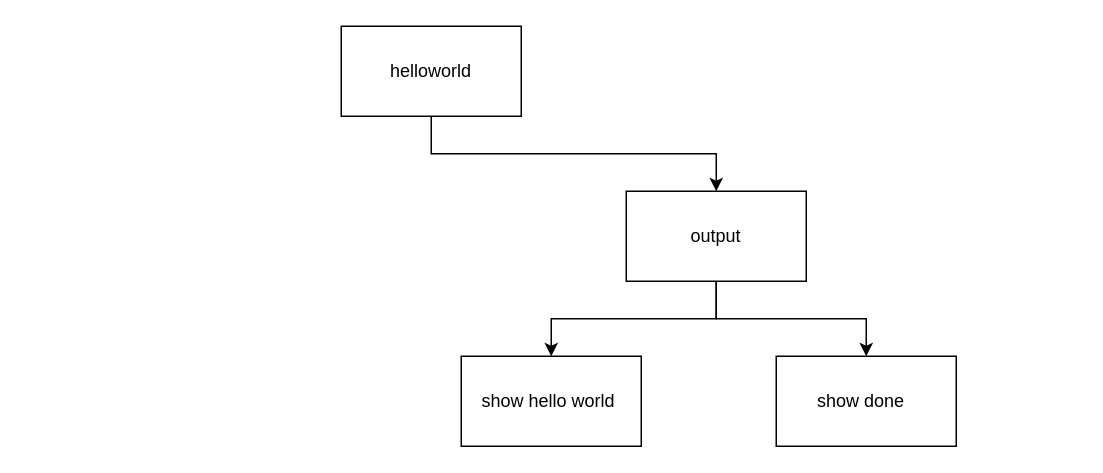
devin-jhu/ics4u-unit1-01-typescripct keeps this draw.io diagram as topdown.drawio. Above is the earlier version. Source tidied: cells renumbered, new cells numbered last; positions are measured from the earlier drawing's top-left corner, leaving out a move shared by most shapes. Both pictures are drawn from the tidied source at 150%, with x=0, y=0 at pixel (340, 26).
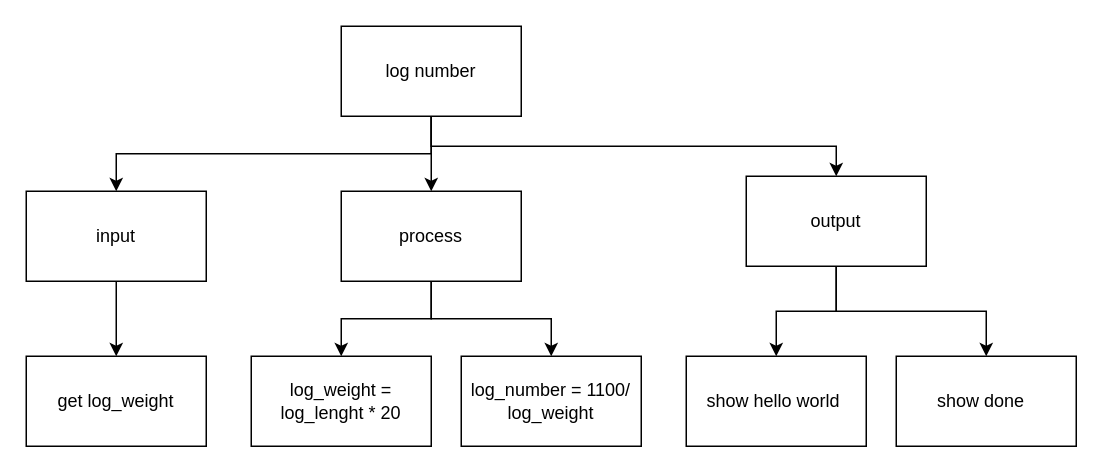
The same page after the edit.

Change to the diagram source:
```diff
@@
 <mxGraphModel>
   <root>
     <mxCell id="0" />
     <mxCell id="1" parent="0" />
     <mxCell id="2" style="edgeStyle=orthogonalEdgeStyle;html=1;exitX=0.5;exitY=1;exitDx=0;exitDy=0;entryX=0.5;entryY=0;entryDx=0;entryDy=0;rounded=0;" parent="1" edge="1" source="3" target="6">
       <mxGeometry relative="1" as="geometry" />
     </mxCell>
+    <mxCell id="9" style="edgeStyle=orthogonalEdgeStyle;shape=connector;rounded=0;html=1;exitX=0.5;exitY=1;exitDx=0;exitDy=0;entryX=0.5;entryY=0;entryDx=0;entryDy=0;labelBackgroundColor=default;fontFamily=Helvetica;fontSize=11;fontColor=default;endArrow=classic;strokeColor=default;" parent="1" edge="1" source="3" target="14">
+      <mxGeometry relative="1" as="geometry" />
+    </mxCell>
+    <mxCell id="10" style="edgeStyle=orthogonalEdgeStyle;shape=connector;rounded=0;html=1;exitX=0.5;exitY=1;exitDx=0;exitDy=0;labelBackgroundColor=default;fontFamily=Helvetica;fontSize=11;fontColor=default;endArrow=classic;strokeColor=default;" parent="1" edge="1" source="3" target="16">
+      <mxGeometry relative="1" as="geometry" />
+    </mxCell>
-    <mxCell id="3" value="helloworld" style="rounded=0;whiteSpace=wrap;html=1;" parent="1" vertex="1">
+    <mxCell id="3" value="log number" style="rounded=0;whiteSpace=wrap;html=1;" parent="1" vertex="1">
       <mxGeometry width="120" height="60" as="geometry" />
     </mxCell>
     <mxCell id="4" style="edgeStyle=orthogonalEdgeStyle;rounded=0;html=1;exitX=0.5;exitY=1;exitDx=0;exitDy=0;entryX=0.5;entryY=0;entryDx=0;entryDy=0;" parent="1" edge="1" source="6" target="7">
       <mxGeometry relative="1" as="geometry" />
     </mxCell>
     <mxCell id="5" style="edgeStyle=orthogonalEdgeStyle;rounded=0;html=1;exitX=0.5;exitY=1;exitDx=0;exitDy=0;entryX=0.5;entryY=0;entryDx=0;entryDy=0;" parent="1" edge="1" source="6" target="8">
       <mxGeometry relative="1" as="geometry" />
     </mxCell>
     <mxCell id="6" value="output" style="rounded=0;whiteSpace=wrap;html=1;" parent="1" vertex="1">
-      <mxGeometry x="190" y="110" width="120" height="60" as="geometry" />
+      <mxGeometry x="270" y="100" width="120" height="60" as="geometry" />
     </mxCell>
     <mxCell id="7" value="show hello world&amp;nbsp;" style="rounded=0;whiteSpace=wrap;html=1;" parent="1" vertex="1">
-      <mxGeometry x="80" y="220" width="120" height="60" as="geometry" />
+      <mxGeometry x="230" y="220" width="120" height="60" as="geometry" />
     </mxCell>
     <mxCell id="8" value="show done&amp;nbsp;&amp;nbsp;" style="rounded=0;whiteSpace=wrap;html=1;" parent="1" vertex="1">
-      <mxGeometry x="290" y="220" width="120" height="60" as="geometry" />
+      <mxGeometry x="370" y="220" width="120" height="60" as="geometry" />
     </mxCell>
+    <mxCell id="11" value="log_weight = log_lenght * 20" style="rounded=0;whiteSpace=wrap;html=1;" parent="1" vertex="1">
+      <mxGeometry x="-60" y="220" width="120" height="60" as="geometry" />
+    </mxCell>
+    <mxCell id="12" style="edgeStyle=orthogonalEdgeStyle;shape=connector;rounded=0;html=1;exitX=0.5;exitY=1;exitDx=0;exitDy=0;entryX=0.5;entryY=0;entryDx=0;entryDy=0;labelBackgroundColor=default;fontFamily=Helvetica;fontSize=11;fontColor=default;endArrow=classic;strokeColor=default;" parent="1" edge="1" source="14" target="11">
+      <mxGeometry relative="1" as="geometry" />
+    </mxCell>
+    <mxCell id="13" style="edgeStyle=orthogonalEdgeStyle;shape=connector;rounded=0;html=1;exitX=0.5;exitY=1;exitDx=0;exitDy=0;labelBackgroundColor=default;fontFamily=Helvetica;fontSize=11;fontColor=default;endArrow=classic;strokeColor=default;" parent="1" edge="1" source="14" target="17">
+      <mxGeometry relative="1" as="geometry" />
+    </mxCell>
+    <mxCell id="14" value="process" style="rounded=0;whiteSpace=wrap;html=1;" parent="1" vertex="1">
+      <mxGeometry y="110" width="120" height="60" as="geometry" />
+    </mxCell>
+    <mxCell id="15" style="edgeStyle=orthogonalEdgeStyle;shape=connector;rounded=0;html=1;exitX=0.5;exitY=1;exitDx=0;exitDy=0;labelBackgroundColor=default;fontFamily=Helvetica;fontSize=11;fontColor=default;endArrow=classic;strokeColor=default;" parent="1" edge="1" source="16" target="18">
+      <mxGeometry relative="1" as="geometry" />
+    </mxCell>
+    <mxCell id="16" value="input" style="rounded=0;whiteSpace=wrap;html=1;" parent="1" vertex="1">
+      <mxGeometry x="-210" y="110" width="120" height="60" as="geometry" />
+    </mxCell>
+    <mxCell id="17" value="log_number = 1100/ log_weight" style="rounded=0;whiteSpace=wrap;html=1;" parent="1" vertex="1">
+      <mxGeometry x="80" y="220" width="120" height="60" as="geometry" />
+    </mxCell>
+    <mxCell id="18" value="get log_weight" style="rounded=0;whiteSpace=wrap;html=1;" parent="1" vertex="1">
+      <mxGeometry x="-210" y="220" width="120" height="60" as="geometry" />
+    </mxCell>
   </root>
 </mxGraphModel>
```
